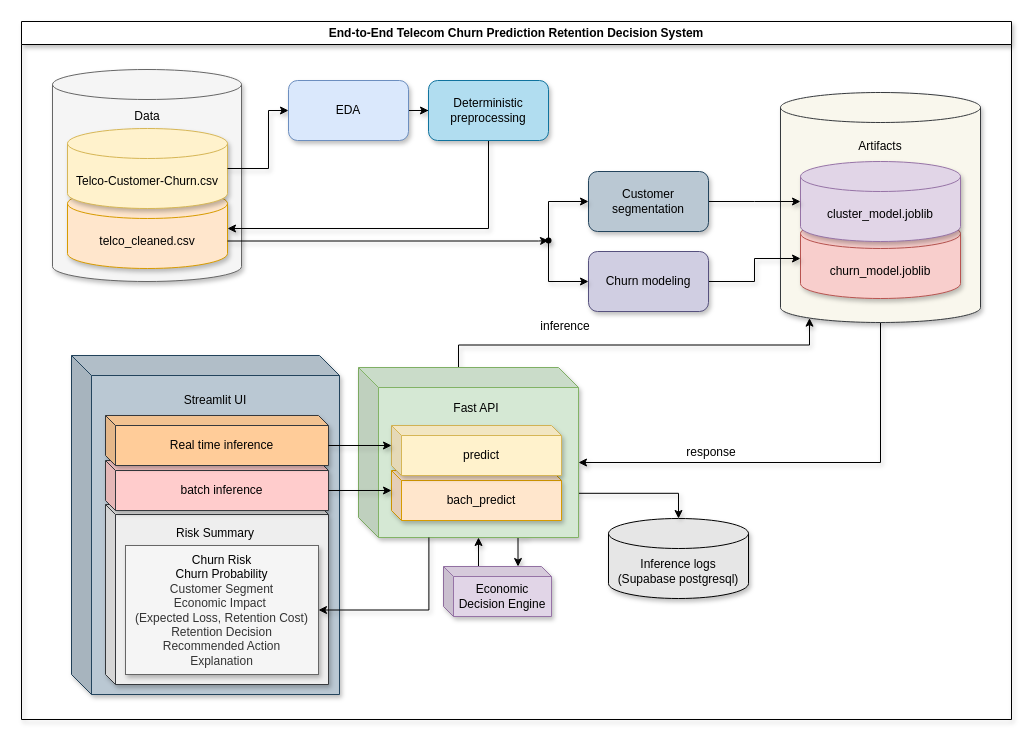
Above: diagrams/churn_system_diagram.drawio in ArjunPramod/Customer-Retention-Decision-Platform (draw.io), before the change. Source tidied: cells renumbered, new cells numbered last; positions are measured from the earlier drawing's top-left corner, leaving out a move shared by most shapes. Both pictures are drawn from the tidied source at 100%, with x=0, y=0 at pixel (21, 21).
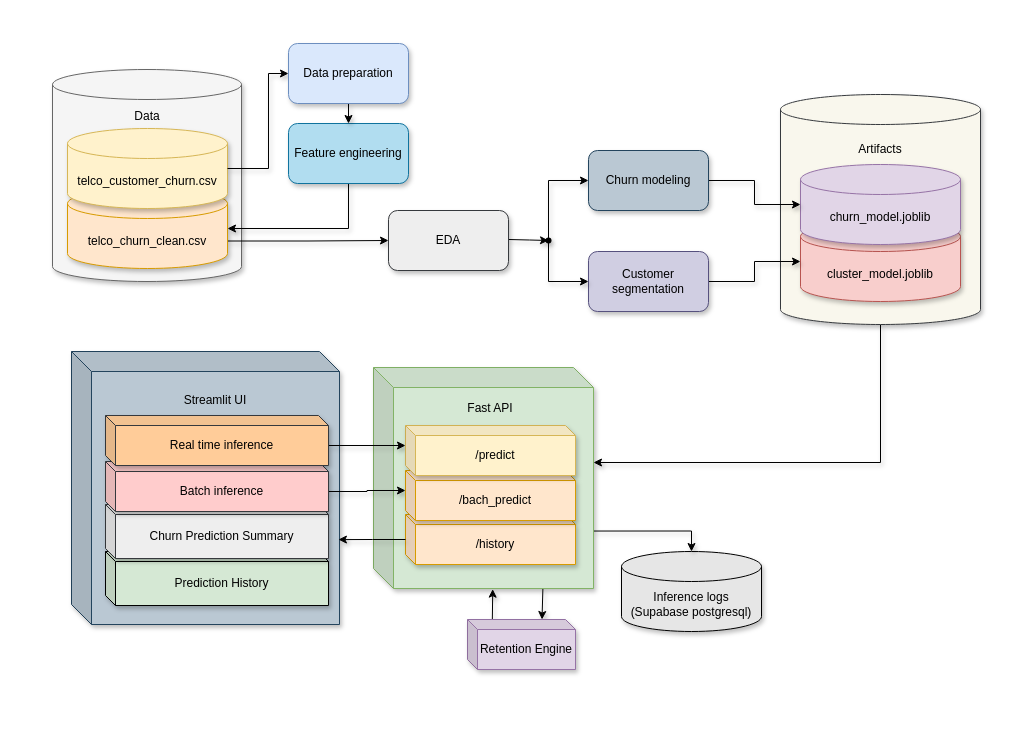
The same diagram, later.

Commit message (it also covers changes not shown here):
Revamp README and update architecture diagram

Overhaul README with a detailed project overview, system architecture, end-to-end workflows, ML components (churn model, segmentation, SHAP), evaluation metrics, API endpoints, dashboard features, installation/run instructions, and deployment notes. Update diagrams/churn_system_diagram.drawio (app.diagrams.net version bump and layout/label/geometry adjustments) and regenerate diagrams/churn_system_diagram.png to match the revised diagram. No code changes.

The change refers to these unchanged cells:
```xml
<mxCell id="46" style="shape=waypoint;sketch=0;fillStyle=solid;size=6;points=[];fillColor=none;perimeter=centerPerimeter;snapToPoint=1;shadow=1;" parent="1" vertex="1">
  <mxGeometry x="517" y="209" width="20" height="20" as="geometry" />
</mxCell>
```

Change to the diagram source:
```diff
@@
-    <mxCell id="3" value="End-to-End Telecom Churn Prediction Retention Decision System" style="swimlane;whiteSpace=wrap;html=1;shadow=1;swimlaneLine=1;" parent="1" vertex="1">
-      <mxGeometry width="990" height="698" as="geometry" />
-    </mxCell>
-    <mxCell id="4" value="inference" style="text;html=1;whiteSpace=wrap;strokeColor=none;fillColor=none;align=center;verticalAlign=middle;rounded=0;shadow=1;swimlaneLine=1;" parent="3" vertex="1">
-      <mxGeometry x="514" y="290" width="60" height="30" as="geometry" />
-    </mxCell>
@@
     <mxCell id="6" value="Inference logs&lt;div&gt;(Supabase postgresql)&lt;/div&gt;" style="shape=cylinder3;whiteSpace=wrap;html=1;boundedLbl=1;backgroundOutline=1;size=15;shadow=1;fillColor=#E6E6E6;swimlaneLine=1;" parent="1" vertex="1">
-      <mxGeometry x="587" y="497" width="140" height="80" as="geometry" />
+      <mxGeometry x="600" y="530" width="140" height="80" as="geometry" />
     </mxCell>
@@
-    <mxCell id="9" style="edgeStyle=orthogonalEdgeStyle;rounded=0;jettySize=auto;html=1;exitX=0.23;exitY=0;exitDx=0;exitDy=0;exitPerimeter=0;entryX=0;entryY=0;entryDx=120;entryDy=170;entryPerimeter=0;shadow=1;swimlaneLine=1;" parent="1" edge="1" source="11" target="15">
+    <mxCell id="9" style="edgeStyle=orthogonalEdgeStyle;rounded=0;jettySize=auto;html=1;exitX=0.23;exitY=0;exitDx=0;exitDy=0;exitPerimeter=0;entryX=0.542;entryY=1.003;entryDx=0;entryDy=0;entryPerimeter=0;shadow=1;swimlaneLine=1;" parent="1" edge="1" source="11" target="15">
       <mxGeometry relative="1" as="geometry" />
     </mxCell>
-    <mxCell id="10" style="edgeStyle=orthogonalEdgeStyle;rounded=0;jettySize=auto;html=1;exitX=0;exitY=0;exitDx=100;exitDy=0;exitPerimeter=0;entryX=0.145;entryY=1;entryDx=0;entryDy=-4.35;entryPerimeter=0;shadow=1;swimlaneLine=1;" parent="1" edge="1" source="15" target="20">
-      <mxGeometry relative="1" as="geometry" />
-    </mxCell>
-    <mxCell id="11" value="Economic Decision Engine" style="shape=cube;whiteSpace=wrap;html=1;boundedLbl=1;backgroundOutline=1;darkOpacity=0.05;darkOpacity2=0.1;size=10;fillColor=#e1d5e7;strokeColor=#9673a6;points=[[0,0,0,0,0],[0,0,0,0,20],[0,0,0,0,40],[0,0,0,5,45],[0,0,0,10,50],[0,0,0,49,0],[0,0,0,59,50],[0,0,0,98,0],[0,0,0,103,5],[0,0,0,108,10],[0,0,0,108,30],[0.23,0,0,0,0],[0.69,0,0,0,0],[1,1,0,0,0]];shadow=1;swimlaneLine=1;" parent="1" vertex="1">
-      <mxGeometry x="422" y="545" width="108" height="50" as="geometry" />
+    <mxCell id="11" value="Retention Engine" style="shape=cube;whiteSpace=wrap;html=1;boundedLbl=1;backgroundOutline=1;darkOpacity=0.05;darkOpacity2=0.1;size=10;fillColor=#e1d5e7;strokeColor=#9673a6;points=[[0,0,0,0,0],[0,0,0,0,20],[0,0,0,0,40],[0,0,0,5,45],[0,0,0,10,50],[0,0,0,49,0],[0,0,0,59,50],[0,0,0,98,0],[0,0,0,103,5],[0,0,0,108,10],[0,0,0,108,30],[0.23,0,0,0,0],[0.69,0,0,0,0],[1,1,0,0,0]];shadow=1;swimlaneLine=1;" parent="1" vertex="1">
+      <mxGeometry x="446" y="598" width="108" height="50" as="geometry" />
     </mxCell>
@@
+    <mxCell id="47" style="edgeStyle=orthogonalEdgeStyle;rounded=0;jettySize=auto;html=1;exitX=1;exitY=0;exitDx=0;exitDy=52.5;exitPerimeter=0;entryX=0;entryY=0.5;entryDx=0;entryDy=0;shadow=1;" parent="1" edge="1" source="13" target="52">
+      <mxGeometry relative="1" as="geometry" />
+    </mxCell>
-    <mxCell id="13" value="telco_cleaned.csv" style="shape=cylinder3;whiteSpace=wrap;html=1;boundedLbl=1;backgroundOutline=1;size=15;fillColor=#ffe6cc;strokeColor=#d79b00;shadow=1;swimlaneLine=1;" parent="1" vertex="1">
+    <mxCell id="13" value="telco_churn_clean.csv" style="shape=cylinder3;whiteSpace=wrap;html=1;boundedLbl=1;backgroundOutline=1;size=15;fillColor=#ffe6cc;strokeColor=#d79b00;shadow=1;swimlaneLine=1;" parent="1" vertex="1">
       <mxGeometry x="46" y="167" width="160" height="80" as="geometry" />
     </mxCell>
-    <mxCell id="14" value="Telco-Customer-Churn.csv" style="shape=cylinder3;whiteSpace=wrap;html=1;boundedLbl=1;backgroundOutline=1;size=15;fillColor=#fff2cc;strokeColor=#d6b656;shadow=1;swimlaneLine=1;" parent="1" vertex="1">
+    <mxCell id="14" value="telco_customer_churn.csv" style="shape=cylinder3;whiteSpace=wrap;html=1;boundedLbl=1;backgroundOutline=1;size=15;fillColor=#fff2cc;strokeColor=#d6b656;shadow=1;swimlaneLine=1;" parent="1" vertex="1">
       <mxGeometry x="46" y="107" width="160" height="80" as="geometry" />
     </mxCell>
     <mxCell id="15" style="shape=cube;whiteSpace=wrap;html=1;boundedLbl=1;backgroundOutline=1;darkOpacity=0.05;darkOpacity2=0.1;fillColor=#d5e8d4;strokeColor=#82b366;shadow=1;points=[[0,0,0,0,0],[0,0,0,0,75],[0,0,0,0,150],[0,0,0,10,160],[0,0,0,20,170],[0,0,0,100,0],[0,0,0,120,170],[0,0,0,200,0],[0,0,0,210,10],[0,0,0,220,20],[0,0,0,220,95],[0.32,1,0,0,0],[0.77,1,0,0,0],[1,0.74,0,0,0],[1,1,0,0,0]];swimlaneLine=1;" parent="1" vertex="1">
-      <mxGeometry x="337" y="346" width="220" height="170" as="geometry" />
+      <mxGeometry x="352" y="346" width="220" height="221" as="geometry" />
     </mxCell>
-    <mxCell id="16" value="bach_predict" style="shape=cube;whiteSpace=wrap;html=1;boundedLbl=1;backgroundOutline=1;darkOpacity=0.05;darkOpacity2=0.1;size=10;fillColor=#ffe6cc;strokeColor=#d79b00;shadow=1;swimlaneLine=1;" parent="1" vertex="1">
-      <mxGeometry x="370" y="449" width="170" height="50" as="geometry" />
-    </mxCell>
-    <mxCell id="17" value="predict" style="shape=cube;whiteSpace=wrap;html=1;boundedLbl=1;backgroundOutline=1;darkOpacity=0.05;darkOpacity2=0.1;size=10;fillColor=#fff2cc;strokeColor=#d6b656;shadow=1;swimlaneLine=1;" parent="1" vertex="1">
-      <mxGeometry x="370" y="404" width="170" height="50" as="geometry" />
-    </mxCell>
     <mxCell id="18" value="Fast API" style="text;html=1;whiteSpace=wrap;strokeColor=none;fillColor=none;align=center;verticalAlign=middle;rounded=0;shadow=1;swimlaneLine=1;" parent="1" vertex="1">
-      <mxGeometry x="425" y="372" width="60" height="30" as="geometry" />
+      <mxGeometry x="439" y="372" width="60" height="30" as="geometry" />
     </mxCell>
     <mxCell id="19" style="edgeStyle=orthogonalEdgeStyle;rounded=0;jettySize=auto;html=1;exitX=1;exitY=0.5;exitDx=0;exitDy=0;exitPerimeter=0;entryX=0;entryY=0.5;entryDx=0;entryDy=0;shadow=1;swimlaneLine=1;" parent="1" edge="1" source="14" target="40">
       <mxGeometry relative="1" as="geometry">
         <Array as="points">
           <mxPoint x="247" y="147" />
-          <mxPoint x="247" y="89" />
+          <mxPoint x="247" y="52" />
         </Array>
       </mxGeometry>
     </mxCell>
     <mxCell id="20" style="shape=cylinder3;whiteSpace=wrap;html=1;boundedLbl=1;backgroundOutline=1;size=15;fillColor=#f9f7ed;strokeColor=#36393d;shadow=1;swimlaneLine=1;" parent="1" vertex="1">
-      <mxGeometry x="759" y="71" width="200" height="230" as="geometry" />
+      <mxGeometry x="759" y="73" width="200" height="230" as="geometry" />
     </mxCell>
     <mxCell id="21" value="Artifacts" style="text;html=1;whiteSpace=wrap;strokeColor=none;fillColor=none;align=center;verticalAlign=middle;rounded=0;shadow=1;swimlaneLine=1;" parent="1" vertex="1">
-      <mxGeometry x="829" y="110" width="60" height="30" as="geometry" />
+      <mxGeometry x="829" y="113" width="60" height="30" as="geometry" />
     </mxCell>
-    <mxCell id="22" value="churn_model.joblib" style="shape=cylinder3;whiteSpace=wrap;html=1;boundedLbl=1;backgroundOutline=1;size=15;fillColor=#f8cecc;strokeColor=#b85450;shadow=1;swimlaneLine=1;" parent="1" vertex="1">
-      <mxGeometry x="779" y="197" width="160" height="80" as="geometry" />
+    <mxCell id="22" value="cluster_model.joblib" style="shape=cylinder3;whiteSpace=wrap;html=1;boundedLbl=1;backgroundOutline=1;size=15;fillColor=#f8cecc;strokeColor=#b85450;shadow=1;swimlaneLine=1;" parent="1" vertex="1">
+      <mxGeometry x="779" y="200" width="160" height="80" as="geometry" />
     </mxCell>
-    <mxCell id="23" value="cluster_model.joblib" style="shape=cylinder3;whiteSpace=wrap;html=1;boundedLbl=1;backgroundOutline=1;size=15;fillColor=#e1d5e7;strokeColor=#9673a6;shadow=1;swimlaneLine=1;" parent="1" vertex="1">
-      <mxGeometry x="779" y="140" width="160" height="80" as="geometry" />
+    <mxCell id="23" value="churn_model.joblib" style="shape=cylinder3;whiteSpace=wrap;html=1;boundedLbl=1;backgroundOutline=1;size=15;fillColor=#e1d5e7;strokeColor=#9673a6;shadow=1;swimlaneLine=1;" parent="1" vertex="1">
+      <mxGeometry x="779" y="143" width="160" height="80" as="geometry" />
     </mxCell>
     <mxCell id="24" style="shape=cube;whiteSpace=wrap;html=1;boundedLbl=1;backgroundOutline=1;darkOpacity=0.05;darkOpacity2=0.1;fillColor=#bac8d3;strokeColor=#23445d;shadow=1;swimlaneLine=1;" parent="1" vertex="1">
-      <mxGeometry x="50" y="334" width="268" height="339" as="geometry" />
+      <mxGeometry x="50" y="330" width="268" height="273" as="geometry" />
     </mxCell>
@@
-    <mxCell id="26" style="shape=cube;whiteSpace=wrap;html=1;boundedLbl=1;backgroundOutline=1;darkOpacity=0.05;darkOpacity2=0.1;size=10;shadow=1;swimlaneLine=1;fillColor=#eeeeee;strokeColor=#36393d;" parent="1" vertex="1">
-      <mxGeometry x="84" y="483" width="223" height="180" as="geometry" />
-    </mxCell>
-    <mxCell id="27" value="batch inference" style="shape=cube;whiteSpace=wrap;html=1;boundedLbl=1;backgroundOutline=1;darkOpacity=0.05;darkOpacity2=0.1;size=10;fillColor=#ffcccc;strokeColor=#36393d;shadow=1;swimlaneLine=1;" parent="1" vertex="1">
-      <mxGeometry x="84" y="439" width="223" height="50" as="geometry" />
-    </mxCell>
-    <mxCell id="28" value="Real time inference" style="shape=cube;whiteSpace=wrap;html=1;boundedLbl=1;backgroundOutline=1;darkOpacity=0.05;darkOpacity2=0.1;size=10;fillColor=#ffcc99;strokeColor=#36393d;shadow=1;swimlaneLine=1;" parent="1" vertex="1">
-      <mxGeometry x="84" y="394" width="223" height="50" as="geometry" />
-    </mxCell>
-    <mxCell id="29" value="&lt;div style=&quot;&quot;&gt;&lt;span style=&quot;background-color: transparent; color: light-dark(rgb(0, 0, 0), rgb(255, 255, 255));&quot;&gt;Churn Risk&lt;/span&gt;&lt;/div&gt;&lt;span style=&quot;background-color: transparent; color: light-dark(rgb(0, 0, 0), rgb(255, 255, 255));&quot;&gt;&lt;div style=&quot;&quot;&gt;&lt;span style=&quot;background-color: transparent; color: light-dark(rgb(0, 0, 0), rgb(255, 255, 255));&quot;&gt;Churn Probability&lt;/span&gt;&lt;/div&gt;&lt;/span&gt;&lt;span style=&quot;background-color: transparent;&quot;&gt;&lt;div style=&quot;&quot;&gt;&lt;span style=&quot;background-color: transparent;&quot;&gt;Customer Segment&lt;/span&gt;&lt;/div&gt;&lt;div style=&quot;&quot;&gt;&lt;span style=&quot;background-color: transparent;&quot;&gt;Economic Impact&amp;nbsp;&lt;/span&gt;&lt;/div&gt;&lt;div style=&quot;&quot;&gt;&lt;span style=&quot;background-color: transparent; color: light-dark(rgb(51, 51, 51), rgb(193, 193, 193));&quot;&gt;(Expected Loss,&amp;nbsp;&lt;/span&gt;&lt;span style=&quot;background-color: transparent; color: light-dark(rgb(51, 51, 51), rgb(193, 193, 193));&quot;&gt;Retention Cost)&lt;/span&gt;&lt;/div&gt;&lt;div style=&quot;&quot;&gt;Retention Decision&lt;/div&gt;&lt;div style=&quot;&quot;&gt;Recommended Action&lt;/div&gt;&lt;div style=&quot;&quot;&gt;Explanation&lt;/div&gt;&lt;/span&gt;" style="rounded=0;whiteSpace=wrap;html=1;fillColor=#f5f5f5;strokeColor=#666666;shadow=1;glass=0;swimlaneLine=1;align=center;fontColor=#333333;" parent="1" vertex="1">
-      <mxGeometry x="104" y="524" width="193" height="129" as="geometry" />
-    </mxCell>
-    <mxCell id="30" value="Risk Summary" style="text;html=1;whiteSpace=wrap;align=center;verticalAlign=middle;rounded=0;shadow=1;swimlaneLine=1;" parent="1" vertex="1">
-      <mxGeometry x="84.2" y="497" width="219.5" height="30" as="geometry" />
-    </mxCell>
@@
-    <mxCell id="33" style="edgeStyle=orthogonalEdgeStyle;rounded=0;jettySize=auto;html=1;exitX=0.32;exitY=1;exitDx=0;exitDy=0;exitPerimeter=0;entryX=1;entryY=0.5;entryDx=0;entryDy=0;shadow=1;swimlaneLine=1;" parent="1" edge="1" source="15" target="29">
-      <mxGeometry relative="1" as="geometry" />
-    </mxCell>
@@
-    <mxCell id="35" style="edgeStyle=elbowEdgeStyle;rounded=0;jettySize=auto;html=1;exitX=1;exitY=0;exitDx=0;exitDy=52.5;exitPerimeter=0;entryX=0.005;entryY=0.749;entryDx=0;entryDy=0;entryPerimeter=0;shadow=1;" parent="1" edge="1" source="13" target="46">
-      <mxGeometry relative="1" as="geometry">
-        <Array as="points">
-          <mxPoint x="517" y="207" />
-        </Array>
-      </mxGeometry>
-    </mxCell>
@@
-    <mxCell id="38" value="response" style="text;html=1;whiteSpace=wrap;strokeColor=none;fillColor=none;align=center;verticalAlign=middle;rounded=0;shadow=1;swimlaneLine=1;" parent="1" vertex="1">
-      <mxGeometry x="660" y="416" width="60" height="30" as="geometry" />
-    </mxCell>
-    <mxCell id="39" style="edgeStyle=orthogonalEdgeStyle;rounded=0;jettySize=auto;html=1;shadow=1;swimlaneLine=1;" parent="1" edge="1" source="40" target="41">
-      <mxGeometry relative="1" as="geometry" />
-    </mxCell>
-    <mxCell id="40" value="EDA" style="rounded=1;whiteSpace=wrap;html=1;fillColor=#dae8fc;strokeColor=#6c8ebf;shadow=1;swimlaneLine=1;" parent="1" vertex="1">
-      <mxGeometry x="267" y="59" width="120" height="60" as="geometry" />
-    </mxCell>
-    <mxCell id="41" value="Deterministic preprocessing" style="rounded=1;whiteSpace=wrap;html=1;fillColor=#b1ddf0;strokeColor=#10739e;shadow=1;swimlaneLine=1;" parent="1" vertex="1">
-      <mxGeometry x="407" y="59" width="120" height="60" as="geometry" />
-    </mxCell>
-    <mxCell id="42" value="Customer&lt;div&gt;segmentation&lt;/div&gt;" style="rounded=1;whiteSpace=wrap;html=1;fillColor=#bac8d3;strokeColor=#23445d;shadow=1;swimlaneLine=1;" parent="1" vertex="1">
-      <mxGeometry x="567" y="150" width="120" height="60" as="geometry" />
-    </mxCell>
-    <mxCell id="43" value="Churn modeling" style="rounded=1;whiteSpace=wrap;html=1;fillColor=#d0cee2;strokeColor=#56517e;shadow=1;swimlaneLine=1;" parent="1" vertex="1">
+    <mxCell id="43" value="Customer&lt;div&gt;segmentation&lt;/div&gt;" style="rounded=1;whiteSpace=wrap;html=1;fillColor=#d0cee2;strokeColor=#56517e;shadow=1;swimlaneLine=1;" parent="1" vertex="1">
       <mxGeometry x="567" y="230" width="120" height="60" as="geometry" />
     </mxCell>
     <mxCell id="44" style="edgeStyle=orthogonalEdgeStyle;rounded=0;jettySize=auto;html=1;entryX=0;entryY=0.5;entryDx=0;entryDy=0;shadow=1;" parent="1" edge="1" target="42">
       <mxGeometry relative="1" as="geometry">
         <mxPoint x="527" y="220" as="sourcePoint" />
         <Array as="points">
-          <mxPoint x="527" y="180" />
+          <mxPoint x="527" y="159" />
         </Array>
       </mxGeometry>
     </mxCell>
@@
+    <mxCell id="48" style="edgeStyle=orthogonalEdgeStyle;rounded=0;jettySize=auto;html=1;exitX=1;exitY=0.5;exitDx=0;exitDy=0;entryX=0.683;entryY=0.983;entryDx=0;entryDy=0;entryPerimeter=0;shadow=1;" parent="1" edge="1" target="46">
+      <mxGeometry relative="1" as="geometry">
+        <mxPoint x="487" y="218" as="sourcePoint" />
+      </mxGeometry>
+    </mxCell>
+    <mxCell id="49" value="/history" style="shape=cube;whiteSpace=wrap;html=1;boundedLbl=1;backgroundOutline=1;darkOpacity=0.05;darkOpacity2=0.1;size=10;fillColor=#ffe6cc;strokeColor=#d79b00;shadow=1;swimlaneLine=1;" parent="1" vertex="1">
+      <mxGeometry x="384" y="493" width="170" height="50" as="geometry" />
+    </mxCell>
+    <mxCell id="16" value="/bach_predict" style="shape=cube;whiteSpace=wrap;html=1;boundedLbl=1;backgroundOutline=1;darkOpacity=0.05;darkOpacity2=0.1;size=10;fillColor=#ffe6cc;strokeColor=#d79b00;shadow=1;swimlaneLine=1;" parent="1" vertex="1">
+      <mxGeometry x="384" y="449" width="170" height="50" as="geometry" />
+    </mxCell>
+    <mxCell id="17" value="/predict" style="shape=cube;whiteSpace=wrap;html=1;boundedLbl=1;backgroundOutline=1;darkOpacity=0.05;darkOpacity2=0.1;size=10;fillColor=#fff2cc;strokeColor=#d6b656;shadow=1;swimlaneLine=1;" parent="1" vertex="1">
+      <mxGeometry x="384" y="404" width="170" height="50" as="geometry" />
+    </mxCell>
+    <mxCell id="50" value="Prediction History" style="shape=cube;whiteSpace=wrap;html=1;boundedLbl=1;backgroundOutline=1;darkOpacity=0.05;darkOpacity2=0.1;size=10;shadow=1;swimlaneLine=1;fillColor=#d5e8d4;strokeColor=#000000;" parent="1" vertex="1">
+      <mxGeometry x="84" y="530" width="223" height="54" as="geometry" />
+    </mxCell>
+    <mxCell id="26" value="Churn Prediction Summary" style="shape=cube;whiteSpace=wrap;html=1;boundedLbl=1;backgroundOutline=1;darkOpacity=0.05;darkOpacity2=0.1;size=10;shadow=1;swimlaneLine=1;fillColor=#eeeeee;strokeColor=#36393d;" parent="1" vertex="1">
+      <mxGeometry x="84" y="483" width="223" height="54" as="geometry" />
+    </mxCell>
+    <mxCell id="27" value="Batch inference" style="shape=cube;whiteSpace=wrap;html=1;boundedLbl=1;backgroundOutline=1;darkOpacity=0.05;darkOpacity2=0.1;size=10;fillColor=#ffcccc;strokeColor=#36393d;shadow=1;swimlaneLine=1;" parent="1" vertex="1">
+      <mxGeometry x="84" y="440" width="223" height="50" as="geometry" />
+    </mxCell>
+    <mxCell id="28" value="Real time inference" style="shape=cube;whiteSpace=wrap;html=1;boundedLbl=1;backgroundOutline=1;darkOpacity=0.05;darkOpacity2=0.1;size=10;fillColor=#ffcc99;strokeColor=#36393d;shadow=1;swimlaneLine=1;" parent="1" vertex="1">
+      <mxGeometry x="84" y="394" width="223" height="50" as="geometry" />
+    </mxCell>
+    <mxCell id="51" style="edgeStyle=orthogonalEdgeStyle;rounded=0;jettySize=auto;html=1;entryX=0.996;entryY=0.689;entryDx=0;entryDy=0;entryPerimeter=0;shadow=1;" parent="1" edge="1" source="49" target="24">
+      <mxGeometry relative="1" as="geometry" />
+    </mxCell>
+    <mxCell id="41" value="Feature engineering" style="rounded=1;whiteSpace=wrap;html=1;fillColor=#b1ddf0;strokeColor=#10739e;shadow=1;swimlaneLine=1;" parent="1" vertex="1">
+      <mxGeometry x="267" y="102" width="120" height="60" as="geometry" />
+    </mxCell>
+    <mxCell id="39" style="edgeStyle=orthogonalEdgeStyle;rounded=0;jettySize=auto;html=1;exitX=0.5;exitY=1;exitDx=0;exitDy=0;entryX=0.5;entryY=0;entryDx=0;entryDy=0;shadow=1;" parent="1" edge="1" source="40" target="41">
+      <mxGeometry relative="1" as="geometry" />
+    </mxCell>
+    <mxCell id="40" value="Data preparation" style="rounded=1;whiteSpace=wrap;html=1;fillColor=#dae8fc;strokeColor=#6c8ebf;shadow=1;swimlaneLine=1;" parent="1" vertex="1">
+      <mxGeometry x="267" y="22" width="120" height="60" as="geometry" />
+    </mxCell>
+    <mxCell id="52" value="EDA" style="rounded=1;whiteSpace=wrap;html=1;fillColor=#eeeeee;strokeColor=#36393d;shadow=1;swimlaneLine=1;" parent="1" vertex="1">
+      <mxGeometry x="367" y="189" width="120" height="60" as="geometry" />
+    </mxCell>
+    <mxCell id="42" value="Churn modeling" style="rounded=1;whiteSpace=wrap;html=1;fillColor=#bac8d3;strokeColor=#23445d;shadow=1;swimlaneLine=1;" parent="1" vertex="1">
+      <mxGeometry x="567" y="129" width="120" height="60" as="geometry" />
+    </mxCell>
```
